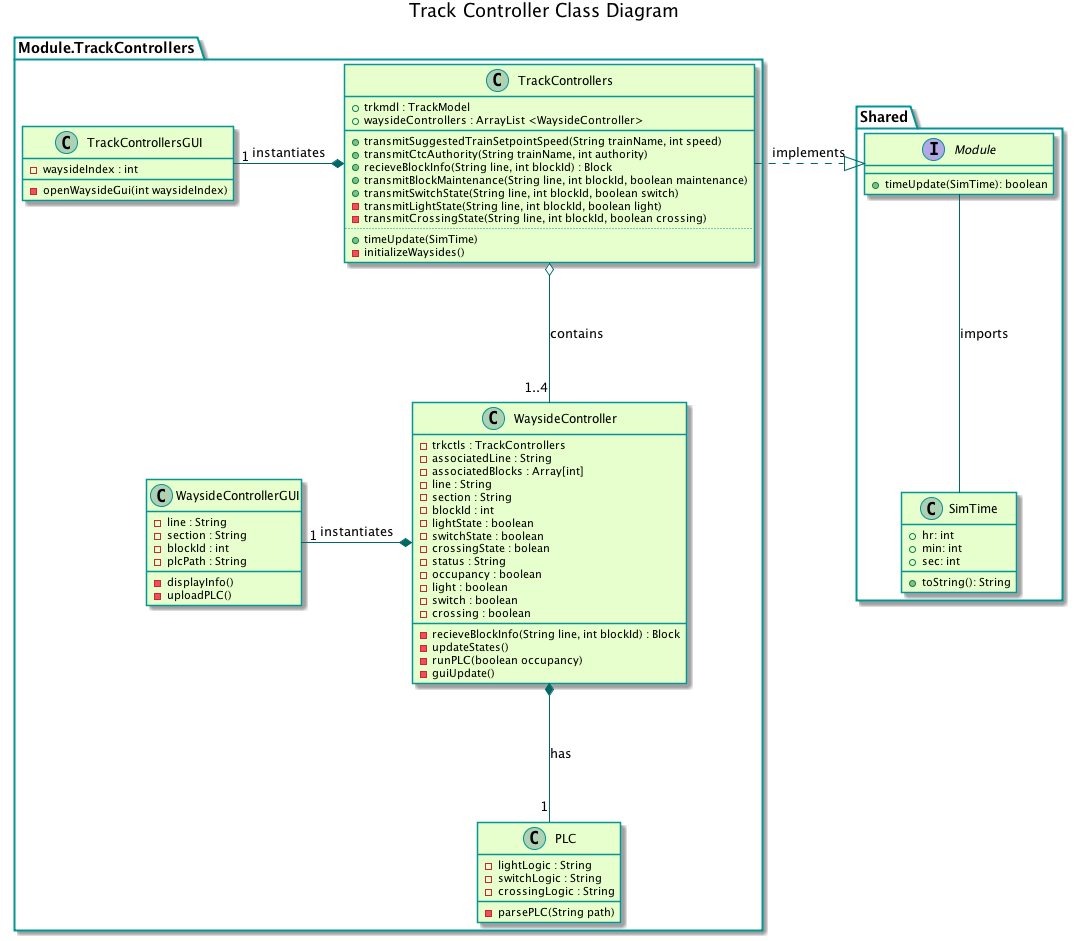
This is TrainSystem/yUML/Class Diagrams/TrackControllerClassDiagram.png from kevingilboy/COE1186, a PlantUML export, as it was before one commit. The source it was exported from:
```plantuml
@startuml
title Track Controller Class Diagram

skinparam classBackgroundColor #e6ffcc
skinparam classBorderColor 	#049595
skinparam packageBorderCOlor  #049595
skinparam arrowColor #006666

package "Shared"{
    interface Module{
        +timeUpdate(SimTime): boolean
    }

    class SimTime{
        +hr: int
        +min: int
        +sec: int
        +toString(): String
    }
}

package Module.TrackControllers{
	class TrackControllers {
		{field} + trkmdl : TrackModel
		{field} + waysideControllers : ArrayList <WaysideController>
		__
		{method} + transmitSuggestedTrainSetpointSpeed(String trainName, int speed)
		{method} + transmitCtcAuthority(String trainName, int authority)
		{method} + recieveBlockInfo(String line, int blockId) : Block
	    {method} + transmitBlockMaintenance(String line, int blockId, boolean maintenance)
		{method} + transmitSwitchState(String line, int blockId, boolean switch)
		{method} - transmitLightState(String line, int blockId, boolean light)
		{method} - transmitCrossingState(String line, int blockId, boolean crossing)
		..
		{method} + timeUpdate(SimTime)
		{method} - initializeWaysides()
	}

	class TrackControllersGUI {
		{field} - waysideIndex : int
		__
		{method} - openWaysideGui(int waysideIndex)
	}

	class WaysideController {
		{field} - trkctls : TrackControllers
		{field} - associatedLine : String
		{field} - associatedBlocks : Array[int]
		{field} - line : String
		{field} - section : String
		{field} - blockId : int
		{field} - lightState : boolean
		{field} - switchState : boolean
		{field} - crossingState : bolean
		{field} - status : String
		{field} - occupancy : boolean
		{field} - light : boolean
		{field} - switch : boolean
		{field} - crossing : boolean
		__
		{method} - recieveBlockInfo(String line, int blockId) : Block
		{method} - updateStates()
		{method} - runPLC(boolean occupancy)
		{method} - guiUpdate()
	}

	class WaysideControllerGUI {
		{field} - line : String
		{field} - section : String
		{field} - blockId : int
		{field} - plcPath : String
		__
		{method} - displayInfo()
		{method} - uploadPLC()
	}

	class PLC {
		{field} - lightLogic : String
		{field} - switchLogic : String
		{field} - crossingLogic : String
		__
		{method} - parsePLC(String path)
	}
}

Module -- SimTime : imports
TrackControllers .right.|> Module : implements
TrackControllers o-down- "1..4" WaysideController : contains
TrackControllers *-left- "1" TrackControllersGUI : instantiates
WaysideController *-left- "1" WaysideControllerGUI : instantiates
WaysideController *-down- "1" PLC : has

@enduml
```
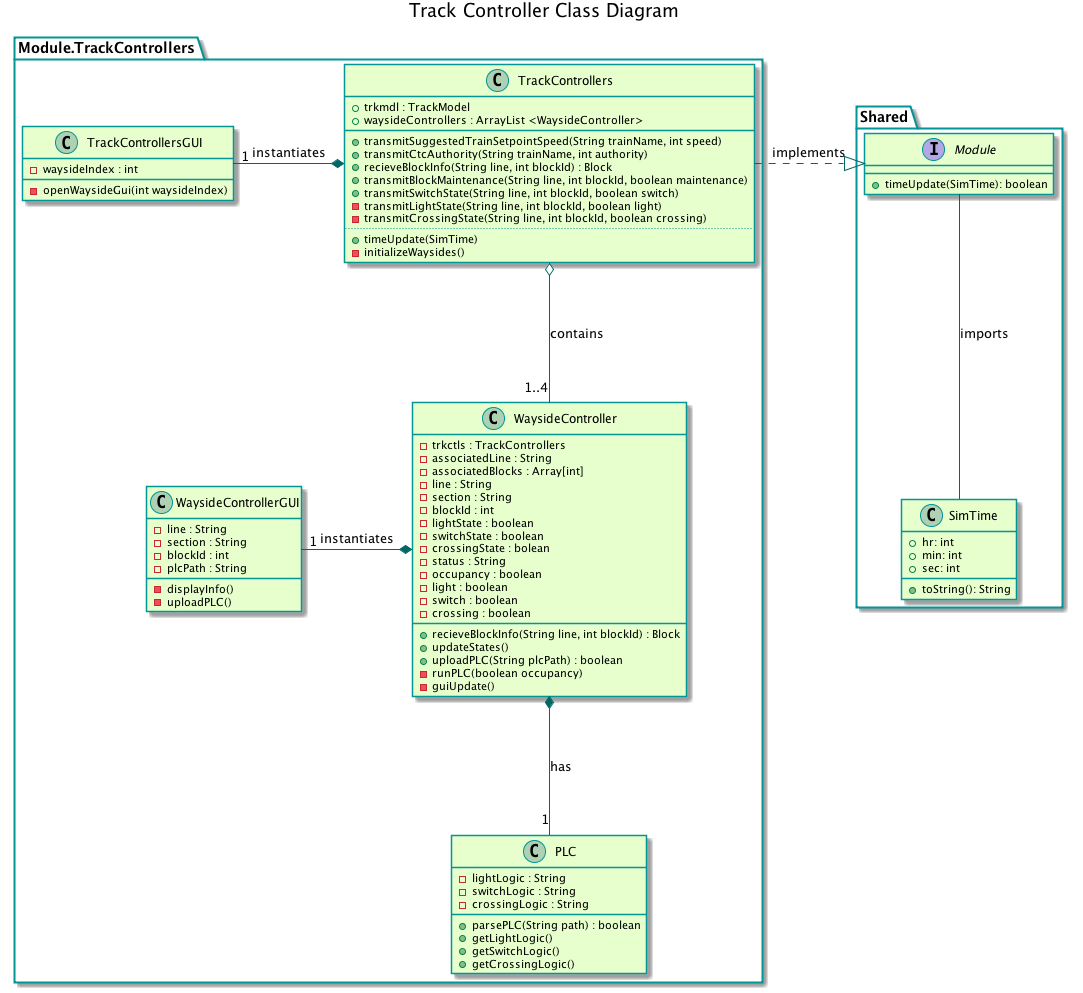
The same diagram one commit later.

Commit message:
Final touches on class diagram for now

What changed in the source:
```diff
@@ -58,8 +58,9 @@
 		{field} - switch : boolean
 		{field} - crossing : boolean
 		__
-		{method} - recieveBlockInfo(String line, int blockId) : Block
-		{method} - updateStates()
+		{method} + recieveBlockInfo(String line, int blockId) : Block
+		{method} + updateStates()
+		{method} + uploadPLC(String plcPath) : boolean
 		{method} - runPLC(boolean occupancy)
 		{method} - guiUpdate()
 	}
@@ -79,7 +80,10 @@
 		{field} - switchLogic : String
 		{field} - crossingLogic : String
 		__
-		{method} - parsePLC(String path)
+		{method} + parsePLC(String path) : boolean
+		{method} + getLightLogic()
+		{method} + getSwitchLogic()
+		{method} + getCrossingLogic()
 	}
 }
 
```
